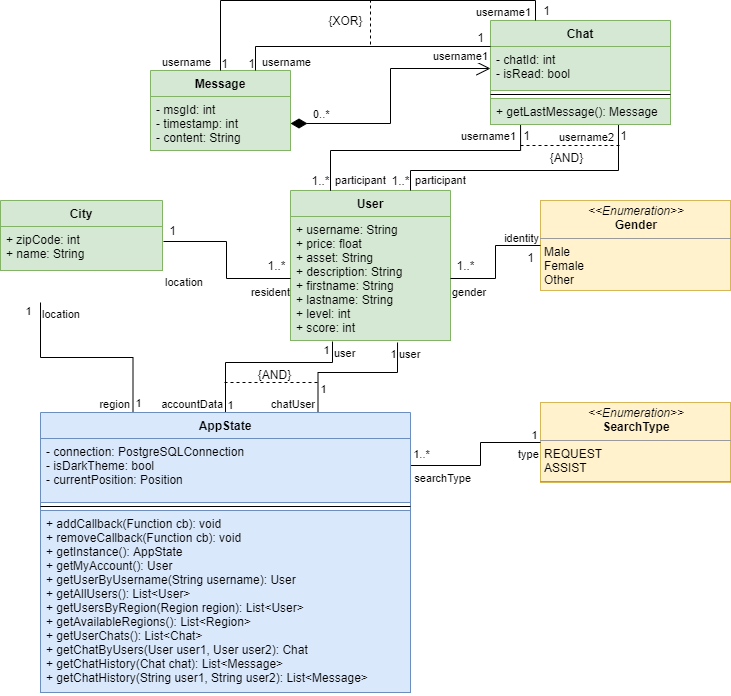
Above: doc/datamodel.png in matwoess/helpout (draw.io), before the change. Source tidied: cells renumbered, new cells last; positions are measured from the earlier drawing's top-left corner, leaving out a move shared by most shapes.
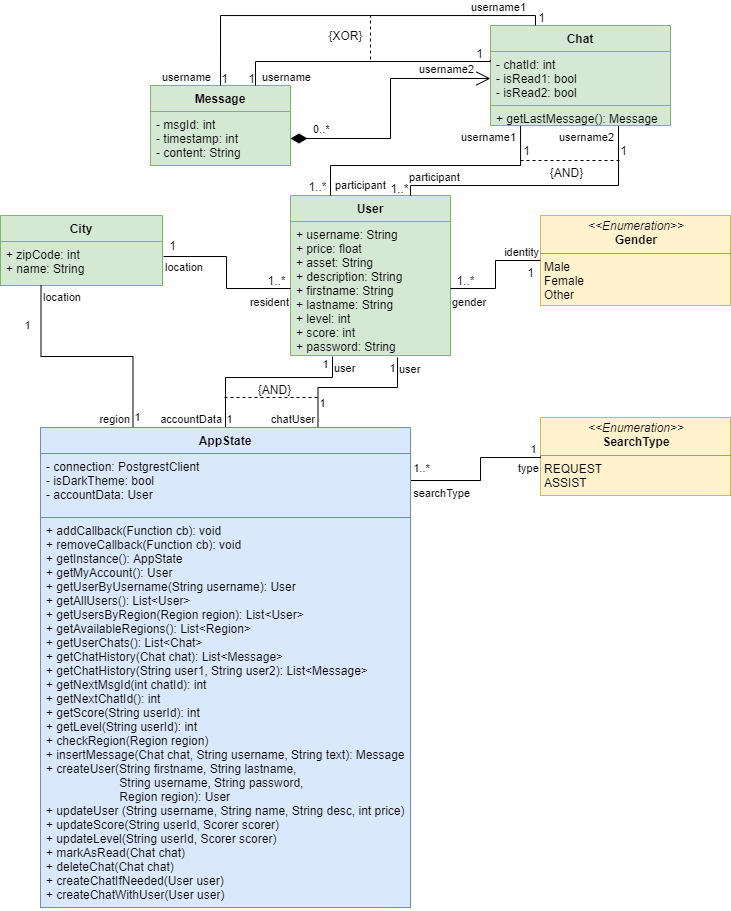
Later version of the same file.

Commit message:
update and finalize datamodel

Change to the diagram source:
```diff
@@ -3,13 +3,13 @@
     <mxCell id="0" />
     <mxCell id="1" parent="0" />
     <mxCell id="2" value="User" style="swimlane;fontStyle=1;align=center;verticalAlign=top;horizontal=1;startSize=26;fillColor=#d5e8d4;strokeColor=#82b366;" parent="1" vertex="1">
-      <mxGeometry x="290" y="190" width="160" height="150" as="geometry" />
+      <mxGeometry x="290" y="180" width="160" height="160" as="geometry" />
     </mxCell>
-    <mxCell id="3" value="+ username: String&#10;+ price: float&#10;+ asset: String&#10;+ description: String&#10;+ firstname: String&#10;+ lastname: String&#10;+ level: int&#10;+ score: int" style="text;strokeColor=#82b366;fillColor=#d5e8d4;align=left;verticalAlign=top;spacingLeft=4;spacingRight=4;overflow=hidden;points=[[0,0.5],[1,0.5]];portConstraint=eastwest;" parent="2" vertex="1">
-      <mxGeometry y="26" width="160" height="124" as="geometry" />
+    <mxCell id="3" value="+ username: String&#10;+ price: float&#10;+ asset: String&#10;+ description: String&#10;+ firstname: String&#10;+ lastname: String&#10;+ level: int&#10;+ score: int&#10;+ password: String" style="text;strokeColor=#82b366;fillColor=#d5e8d4;align=left;verticalAlign=top;spacingLeft=4;spacingRight=4;overflow=hidden;points=[[0,0.5],[1,0.5]];portConstraint=eastwest;" parent="2" vertex="1">
+      <mxGeometry y="26" width="160" height="134" as="geometry" />
     </mxCell>
     <mxCell id="4" style="line;strokeWidth=1;fillColor=none;align=left;verticalAlign=middle;spacingTop=-1;spacingLeft=3;spacingRight=3;labelPosition=right;" parent="2" vertex="1">
-      <mxGeometry y="150" width="160" as="geometry" />
+      <mxGeometry y="160" width="160" as="geometry" />
     </mxCell>
     <mxCell id="5" value="&lt;p style=&quot;margin: 0px ; margin-top: 4px ; text-align: center&quot;&gt;&lt;i&gt;&amp;lt;&amp;lt;Enumeration&amp;gt;&amp;gt;&lt;/i&gt;&lt;br&gt;&lt;b&gt;Gender&lt;/b&gt;&lt;/p&gt;&lt;hr size=&quot;1&quot;&gt;&lt;p style=&quot;margin: 0px ; margin-left: 4px&quot;&gt;Male&lt;/p&gt;&lt;p style=&quot;margin: 0px ; margin-left: 4px&quot;&gt;Female&lt;/p&gt;&lt;p style=&quot;margin: 0px ; margin-left: 4px&quot;&gt;Other&lt;/p&gt;&lt;hr size=&quot;1&quot;&gt;&lt;p style=&quot;margin: 0px ; margin-left: 4px&quot;&gt;&lt;br&gt;&lt;/p&gt;" style="verticalAlign=top;align=left;overflow=fill;fontSize=12;fontFamily=Helvetica;html=1;fillColor=#fff2cc;strokeColor=#d6b656;" parent="1" vertex="1">
       <mxGeometry x="540" y="200" width="190" height="90" as="geometry" />
@@ -26,7 +26,7 @@
     <mxCell id="9" value="0..*" style="endArrow=open;html=1;endSize=12;startArrow=diamondThin;startSize=14;startFill=1;edgeStyle=orthogonalEdgeStyle;align=left;verticalAlign=bottom;fontColor=#000000;rounded=0;entryX=0;entryY=0.5;entryDx=0;entryDy=0;exitX=1;exitY=0.5;exitDx=0;exitDy=0;" parent="1" edge="1" source="46" target="57">
       <mxGeometry x="-0.84" relative="1" as="geometry" />
     </mxCell>
-    <mxCell id="10" style="endArrow=none;html=1;edgeStyle=orthogonalEdgeStyle;fontColor=#000000;exitX=0.25;exitY=0;exitDx=0;exitDy=0;entryX=0.167;entryY=0.962;entryDx=0;entryDy=0;entryPerimeter=0;rounded=0;" parent="1" edge="1" source="2" target="59">
+    <mxCell id="10" style="endArrow=none;html=1;edgeStyle=orthogonalEdgeStyle;fontColor=#000000;entryX=0.167;entryY=0.962;entryDx=0;entryDy=0;entryPerimeter=0;rounded=0;exitX=0.25;exitY=0;exitDx=0;exitDy=0;" parent="1" edge="1" source="2" target="59">
       <mxGeometry relative="1" as="geometry">
         <Array as="points">
           <mxPoint x="330" y="150" />
@@ -57,7 +57,7 @@
     </mxCell>
     <mxCell id="16" value="identity" style="edgeLabel;html=1;align=right;verticalAlign=bottom;" parent="14" vertex="1">
       <mxGeometry x="1" relative="1" as="geometry">
-        <mxPoint x="-1" y="1" as="offset" />
+        <mxPoint x="-1" as="offset" />
       </mxGeometry>
     </mxCell>
     <mxCell id="17" value="1" style="text;html=1;align=center;verticalAlign=middle;fontColor=#000000;" parent="1" vertex="1">
@@ -71,7 +71,7 @@
     </mxCell>
     <mxCell id="20" value="location" style="edgeLabel;html=1;align=left;verticalAlign=bottom;" parent="19" vertex="1">
       <mxGeometry x="-1" relative="1" as="geometry">
-        <mxPoint y="49" as="offset" />
+        <mxPoint y="19" as="offset" />
       </mxGeometry>
     </mxCell>
     <mxCell id="21" value="resident" style="edgeLabel;html=1;align=right;verticalAlign=bottom;" parent="19" vertex="1">
@@ -86,12 +86,10 @@
       <mxGeometry x="261" y="255" width="30" height="20" as="geometry" />
     </mxCell>
     <mxCell id="24" value="&lt;p style=&quot;margin: 0px ; margin-top: 4px ; text-align: center&quot;&gt;&lt;i&gt;&amp;lt;&amp;lt;Enumeration&amp;gt;&amp;gt;&lt;/i&gt;&lt;br&gt;&lt;b&gt;SearchType&lt;/b&gt;&lt;/p&gt;&lt;hr size=&quot;1&quot;&gt;&lt;p style=&quot;margin: 0px ; margin-left: 4px&quot;&gt;REQUEST&lt;/p&gt;&lt;p style=&quot;margin: 0px ; margin-left: 4px&quot;&gt;ASSIST&lt;/p&gt;&lt;hr size=&quot;1&quot;&gt;&lt;p style=&quot;margin: 0px ; margin-left: 4px&quot;&gt;&lt;br&gt;&lt;/p&gt;" style="verticalAlign=top;align=left;overflow=fill;fontSize=12;fontFamily=Helvetica;html=1;fillColor=#fff2cc;strokeColor=#d6b656;" parent="1" vertex="1">
-      <mxGeometry x="540" y="402" width="190" height="80" as="geometry" />
+      <mxGeometry x="540" y="402" width="190" height="78" as="geometry" />
     </mxCell>
-    <mxCell id="25" style="endArrow=none;html=1;edgeStyle=orthogonalEdgeStyle;fontColor=#000000;entryX=0.25;entryY=0;entryDx=0;entryDy=0;exitX=0.247;exitY=1;exitDx=0;exitDy=0;exitPerimeter=0;rounded=0;" parent="1" edge="1" target="76">
-      <mxGeometry relative="1" as="geometry">
-        <mxPoint x="40" y="302" as="sourcePoint" />
-      </mxGeometry>
+    <mxCell id="25" style="endArrow=none;html=1;edgeStyle=orthogonalEdgeStyle;fontColor=#000000;entryX=0.25;entryY=0;entryDx=0;entryDy=0;exitX=0.25;exitY=1;exitDx=0;exitDy=0;rounded=0;" parent="1" edge="1" source="6" target="76">
+      <mxGeometry relative="1" as="geometry" />
     </mxCell>
     <mxCell id="26" value="location" style="edgeLabel;html=1;align=left;verticalAlign=bottom;" parent="25" vertex="1">
       <mxGeometry x="-1" relative="1" as="geometry">
@@ -176,8 +174,9 @@
         <mxPoint x="149" y="-23" as="offset" />
       </mxGeometry>
     </mxCell>
-    <mxCell id="41" style="endArrow=none;html=1;edgeStyle=orthogonalEdgeStyle;fontColor=#000000;exitX=0;exitY=0.5;exitDx=0;exitDy=0;rounded=0;" parent="1" edge="1" source="24">
+    <mxCell id="41" style="endArrow=none;html=1;edgeStyle=orthogonalEdgeStyle;fontColor=#000000;rounded=0;" parent="1" edge="1">
       <mxGeometry relative="1" as="geometry">
+        <mxPoint x="540" y="441" as="sourcePoint" />
         <mxPoint x="410" y="465" as="targetPoint" />
         <Array as="points">
           <mxPoint x="480" y="442" />
@@ -219,7 +218,7 @@
     </mxCell>
     <mxCell id="49" value="participant" style="edgeLabel;html=1;align=left;verticalAlign=bottom;" parent="48" vertex="1">
       <mxGeometry x="-1" relative="1" as="geometry">
-        <mxPoint x="3" y="-2" as="offset" />
+        <mxPoint x="-3" y="-10" as="offset" />
       </mxGeometry>
     </mxCell>
     <mxCell id="50" value="username2" style="edgeLabel;html=1;align=right;verticalAlign=bottom;" parent="48" vertex="1">
@@ -228,35 +227,22 @@
       </mxGeometry>
     </mxCell>
     <mxCell id="51" value="1..*" style="text;html=1;align=center;verticalAlign=middle;fontColor=#000000;" parent="1" vertex="1">
-      <mxGeometry x="305" y="170" width="30" height="20" as="geometry" />
+      <mxGeometry x="302" y="161" width="30" height="20" as="geometry" />
     </mxCell>
-    <mxCell id="52" style="endArrow=none;html=1;edgeStyle=orthogonalEdgeStyle;fontColor=#000000;exitX=0.25;exitY=0;exitDx=0;exitDy=0;rounded=0;" parent="1" edge="1" source="2">
-      <mxGeometry relative="1" as="geometry">
-        <mxPoint x="330" y="189" as="targetPoint" />
-      </mxGeometry>
-    </mxCell>
-    <mxCell id="53" value="participant" style="edgeLabel;html=1;align=left;verticalAlign=bottom;" parent="52" vertex="1">
-      <mxGeometry x="-1" relative="1" as="geometry">
-        <mxPoint x="3" y="-2" as="offset" />
-      </mxGeometry>
-    </mxCell>
     <mxCell id="54" value="1" style="text;html=1;align=center;verticalAlign=middle;fontColor=#000000;" parent="1" vertex="1">
       <mxGeometry x="613" y="125" width="20" height="20" as="geometry" />
     </mxCell>
     <mxCell id="55" value="1..*" style="text;html=1;align=center;verticalAlign=middle;fontColor=#000000;" parent="1" vertex="1">
-      <mxGeometry x="385" y="170" width="30" height="20" as="geometry" />
+      <mxGeometry x="384" y="163" width="30" height="20" as="geometry" />
     </mxCell>
     <mxCell id="56" value="Chat" style="swimlane;fontStyle=1;align=center;verticalAlign=top;horizontal=1;startSize=26;fillColor=#d5e8d4;strokeColor=#82b366;" parent="1" vertex="1">
-      <mxGeometry x="490" y="20" width="180" height="104" as="geometry" />
+      <mxGeometry x="490" y="10" width="180" height="100" as="geometry" />
     </mxCell>
-    <mxCell id="57" value="- chatId: int&#10;- isRead: bool" style="text;strokeColor=#82b366;fillColor=#d5e8d4;align=left;verticalAlign=top;spacingLeft=4;spacingRight=4;overflow=hidden;points=[[0,0.5],[1,0.5]];portConstraint=eastwest;" parent="56" vertex="1">
-      <mxGeometry y="26" width="180" height="44" as="geometry" />
+    <mxCell id="57" value="- chatId: int&#10;- isRead1: bool&#10;- isRead2: bool" style="text;strokeColor=#82b366;fillColor=#d5e8d4;align=left;verticalAlign=top;spacingLeft=4;spacingRight=4;overflow=hidden;points=[[0,0.5],[1,0.5]];portConstraint=eastwest;" parent="56" vertex="1">
+      <mxGeometry y="26" width="180" height="54" as="geometry" />
     </mxCell>
-    <mxCell id="58" style="line;strokeWidth=1;fillColor=none;align=left;verticalAlign=middle;spacingTop=-1;spacingLeft=3;spacingRight=3;labelPosition=right;" parent="56" vertex="1">
-      <mxGeometry y="70" width="180" height="8" as="geometry" />
-    </mxCell>
     <mxCell id="59" value="+ getLastMessage(): Message" style="text;strokeColor=#82b366;fillColor=#d5e8d4;align=left;verticalAlign=top;spacingLeft=4;spacingRight=4;overflow=hidden;points=[[0,0.5],[1,0.5]];portConstraint=eastwest;" parent="56" vertex="1">
-      <mxGeometry y="78" width="180" height="26" as="geometry" />
+      <mxGeometry y="80" width="180" height="20" as="geometry" />
     </mxCell>
     <mxCell id="60" style="endArrow=none;dashed=1;endFill=0;endSize=12;html=1;fontColor=#000000;" parent="1" edge="1">
       <mxGeometry relative="1" as="geometry">
@@ -291,13 +277,14 @@
     </mxCell>
     <mxCell id="66" value="username1" style="edgeLabel;html=1;align=right;verticalAlign=bottom;" parent="64" vertex="1">
       <mxGeometry x="1" relative="1" as="geometry">
-        <mxPoint x="-3.9" as="offset" />
+        <mxPoint x="-9" y="-9.9" as="offset" />
       </mxGeometry>
     </mxCell>
-    <mxCell id="67" style="endArrow=none;html=1;edgeStyle=orthogonalEdgeStyle;fontColor=#000000;entryX=0;entryY=0.25;entryDx=0;entryDy=0;rounded=0;exitX=0.75;exitY=0;exitDx=0;exitDy=0;" parent="1" edge="1" source="45" target="56">
+    <mxCell id="67" style="endArrow=none;html=1;edgeStyle=orthogonalEdgeStyle;fontColor=#000000;rounded=0;exitX=0.75;exitY=0;exitDx=0;exitDy=0;entryX=-0.001;entryY=0.161;entryDx=0;entryDy=0;entryPerimeter=0;" parent="1" edge="1" source="45" target="57">
       <mxGeometry relative="1" as="geometry">
         <Array as="points">
           <mxPoint x="255" y="46" />
+          <mxPoint x="490" y="46" />
         </Array>
       </mxGeometry>
     </mxCell>
@@ -306,9 +293,9 @@
         <mxPoint x="5" as="offset" />
       </mxGeometry>
     </mxCell>
-    <mxCell id="69" value="username1" style="edgeLabel;html=1;align=right;verticalAlign=bottom;" parent="67" vertex="1">
+    <mxCell id="69" value="username2" style="edgeLabel;html=1;align=right;verticalAlign=bottom;" parent="67" vertex="1">
       <mxGeometry x="1" relative="1" as="geometry">
-        <mxPoint x="-2.2" y="18" as="offset" />
+        <mxPoint x="-15.8" y="17.2" as="offset" />
       </mxGeometry>
     </mxCell>
     <mxCell id="70" value="{XOR}" style="text;html=1;align=center;verticalAlign=middle;fontColor=#000000;" parent="1" vertex="1">
@@ -321,7 +308,7 @@
       </mxGeometry>
     </mxCell>
     <mxCell id="72" value="1" style="text;html=1;align=center;verticalAlign=middle;fontColor=#000000;" parent="1" vertex="1">
-      <mxGeometry x="536" width="20" height="20" as="geometry" />
+      <mxGeometry x="531" y="-8" width="20" height="20" as="geometry" />
     </mxCell>
     <mxCell id="73" value="1" style="text;html=1;align=center;verticalAlign=middle;fontColor=#000000;" parent="1" vertex="1">
       <mxGeometry x="241" y="53" width="20" height="20" as="geometry" />
@@ -330,19 +317,16 @@
       <mxGeometry x="214" y="53" width="20" height="20" as="geometry" />
     </mxCell>
     <mxCell id="75" value="1" style="text;html=1;align=center;verticalAlign=middle;fontColor=#000000;" parent="1" vertex="1">
-      <mxGeometry x="470" y="27" width="20" height="20" as="geometry" />
+      <mxGeometry x="469" y="28" width="20" height="20" as="geometry" />
     </mxCell>
     <mxCell id="76" value="AppState" style="swimlane;fontStyle=1;align=center;verticalAlign=top;horizontal=1;startSize=26;fillColor=#dae8fc;strokeColor=#6c8ebf;" parent="1" vertex="1">
-      <mxGeometry x="40" y="412" width="370" height="280" as="geometry" />
+      <mxGeometry x="40" y="412" width="370" height="480" as="geometry" />
     </mxCell>
-    <mxCell id="77" value="- connection: PostgreSQLConnection&#10;- isDarkTheme: bool&#10;- currentPosition: Position" style="text;strokeColor=#6c8ebf;fillColor=#dae8fc;align=left;verticalAlign=top;spacingLeft=4;spacingRight=4;overflow=hidden;" parent="76" vertex="1">
+    <mxCell id="77" value="- connection: PostgrestClient&#10;- isDarkTheme: bool&#10;- accountData: User" style="text;strokeColor=#6c8ebf;fillColor=#dae8fc;align=left;verticalAlign=top;spacingLeft=4;spacingRight=4;overflow=hidden;" parent="76" vertex="1">
       <mxGeometry y="26" width="370" height="64" as="geometry" />
     </mxCell>
-    <mxCell id="78" style="line;strokeWidth=1;fillColor=none;align=left;verticalAlign=middle;spacingTop=-1;spacingLeft=3;spacingRight=3;labelPosition=right;" parent="76" vertex="1">
-      <mxGeometry y="90" width="370" height="8" as="geometry" />
-    </mxCell>
-    <mxCell id="79" value="+ addCallback(Function cb): void&#10;+ removeCallback(Function cb): void&#10;+ getInstance(): AppState&#10;+ getMyAccount(): User&#10;+ getUserByUsername(String username): User&#10;+ getAllUsers(): List&lt;User&gt;&#10;+ getUsersByRegion(Region region): List&lt;User&gt;&#10;+ getAvailableRegions(): List&lt;Region&gt;&#10;+ getUserChats(): List&lt;Chat&gt;&#10;+ getChatByUsers(User user1, User user2): Chat&#10;+ getChatHistory(Chat chat): List&lt;Message&gt;&#10;+ getChatHistory(String user1, String user2): List&lt;Message&gt;&#10; " style="text;strokeColor=#6c8ebf;fillColor=#dae8fc;align=left;verticalAlign=top;spacingLeft=4;spacingRight=4;overflow=hidden;" parent="76" vertex="1">
-      <mxGeometry y="98" width="370" height="182" as="geometry" />
+    <mxCell id="79" value="+ addCallback(Function cb): void&#10;+ removeCallback(Function cb): void&#10;+ getInstance(): AppState&#10;+ getMyAccount(): User&#10;+ getUserByUsername(String username): User&#10;+ getAllUsers(): List&lt;User&gt;&#10;+ getUsersByRegion(Region region): List&lt;User&gt;&#10;+ getAvailableRegions(): List&lt;Region&gt;&#10;+ getUserChats(): List&lt;Chat&gt;&#10;+ getChatHistory(Chat chat): List&lt;Message&gt;&#10;+ getChatHistory(String user1, String user2): List&lt;Message&gt;&#10;+ getNextMsgId(int chatId): int&#10;+ getNextChatId(): int&#10;+ getScore(String userId): int&#10;+ getLevel(String userId): int&#10;+ checkRegion(Region region)&#10;+ insertMessage(Chat chat, String username, String text): Message&#10;+ createUser(String firstname, String lastname, &#10;                      String username, String password, &#10;                      Region region): User&#10;+ updateUser (String username, String name, String desc, int price)&#10;+ updateScore(String userId, Scorer scorer)&#10;+ updateLevel(String userId, Scorer scorer)&#10;+ markAsRead(Chat chat)&#10;+ deleteChat(Chat chat)&#10;+ createChatIfNeeded(User user)&#10;+ createChatWithUser(User user)" style="text;strokeColor=#6c8ebf;fillColor=#dae8fc;align=left;verticalAlign=top;spacingLeft=4;spacingRight=4;overflow=hidden;" parent="76" vertex="1">
+      <mxGeometry y="90" width="370" height="390" as="geometry" />
     </mxCell>
   </root>
 </mxGraphModel>
```
